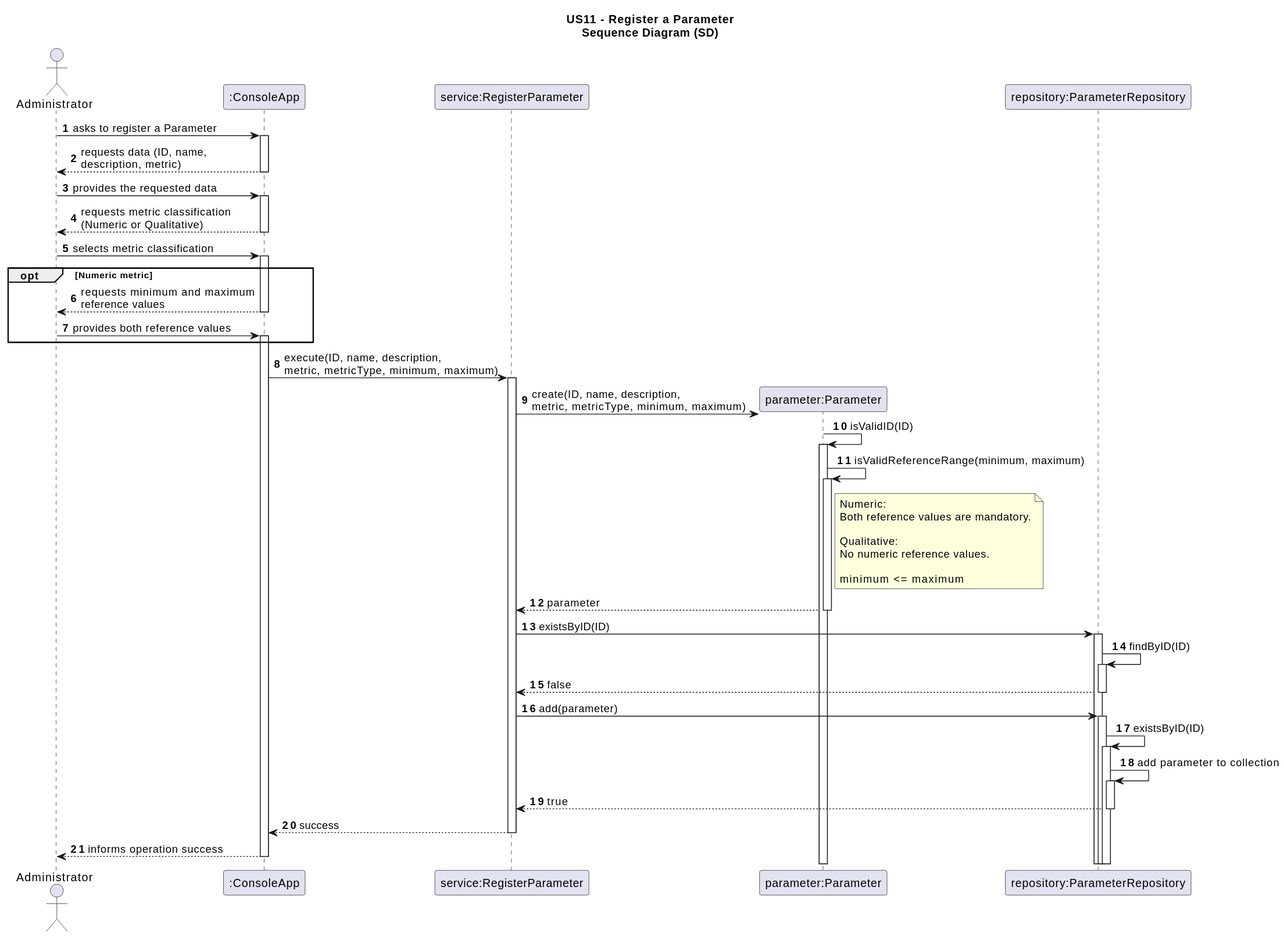
Above: docs/system-documentation/US11/svg/US11-SD.svg in jmaia574/leti-esoft-26-27-B6 (PlantUML), before the change.
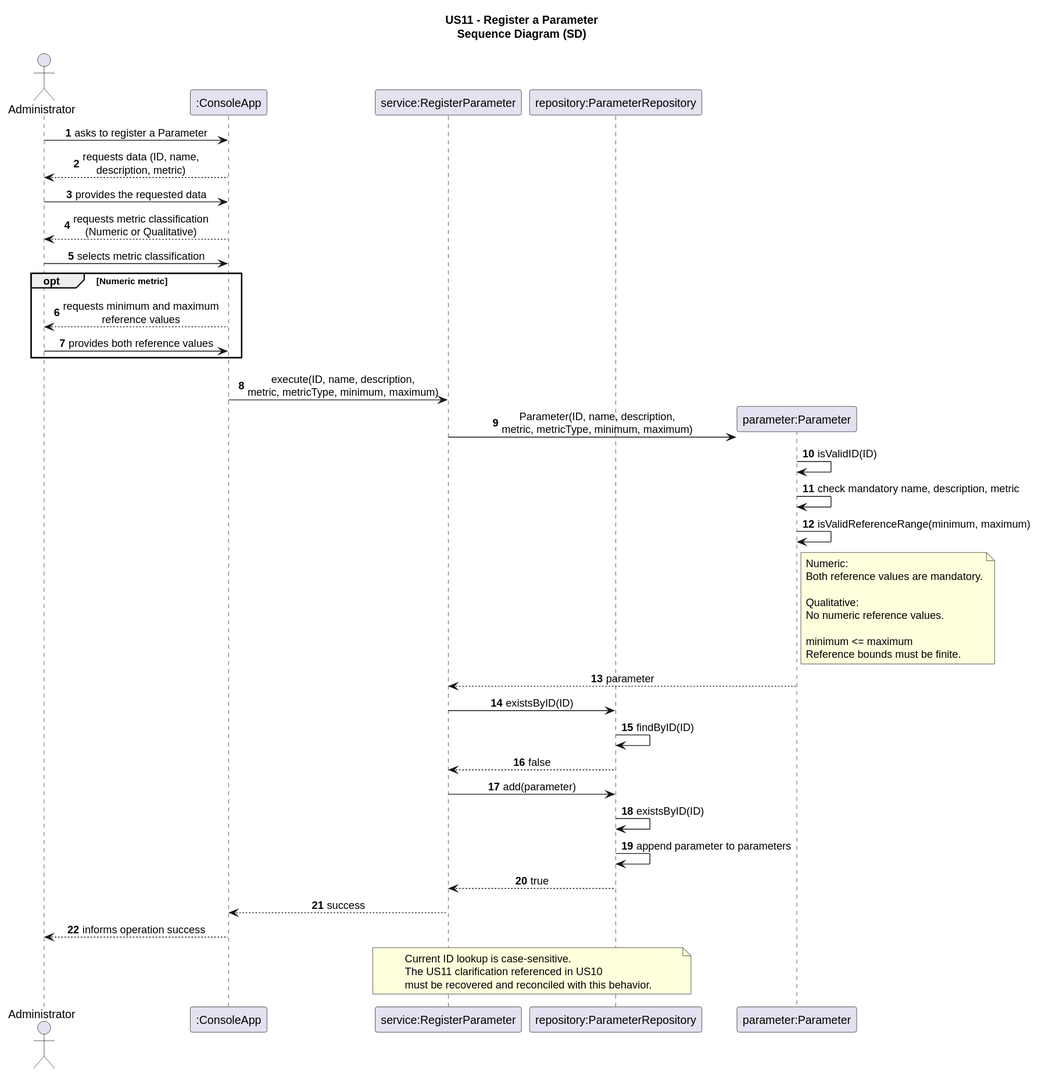
Later version of the same file.

What changed in the source:
```diff
@@ -1,13 +1,13 @@
 @startuml
 title US11 - Register a Parameter\nSequence Diagram (SD)
 
-autoactivate on
 autonumber
+skinparam shadowing false
+skinparam sequenceMessageAlign center
 
 actor "Administrator" as User
 participant ":ConsoleApp" as View
 participant "service:RegisterParameter" as Service
-participant "parameter:Parameter" as Parameter
 participant "repository:ParameterRepository" as Repository
 
 User -> View: asks to register a Parameter
@@ -27,9 +27,12 @@
 
 View -> Service: execute(ID, name, description,\nmetric, metricType, minimum, maximum)
 
-Service -> Parameter**: create(ID, name, description,\nmetric, metricType, minimum, maximum)
+create participant "parameter:Parameter" as Parameter
+Service -> Parameter : Parameter(ID, name, description,\nmetric, metricType, minimum, maximum)
 
 Parameter -> Parameter: isValidID(ID)
+
+Parameter -> Parameter: check mandatory name, description, metric
 
 Parameter -> Parameter: isValidReferenceRange(minimum, maximum)
 
@@ -41,6 +44,7 @@
 No numeric reference values.
 
 minimum <= maximum
+Reference bounds must be finite.
 end note
 
 Parameter --> Service: parameter
@@ -55,11 +59,17 @@
 
 Repository -> Repository: existsByID(ID)
 
-Repository -> Repository: add parameter to collection
+Repository -> Repository: append parameter to parameters
 
 Repository --> Service: true
 
 Service --> View: success
 
 View --> User: informs operation success
+
+note over Service, Repository
+Current ID lookup is case-sensitive.
+The US11 clarification referenced in US10
+must be recovered and reconciled with this behavior.
+end note
 @enduml
```
